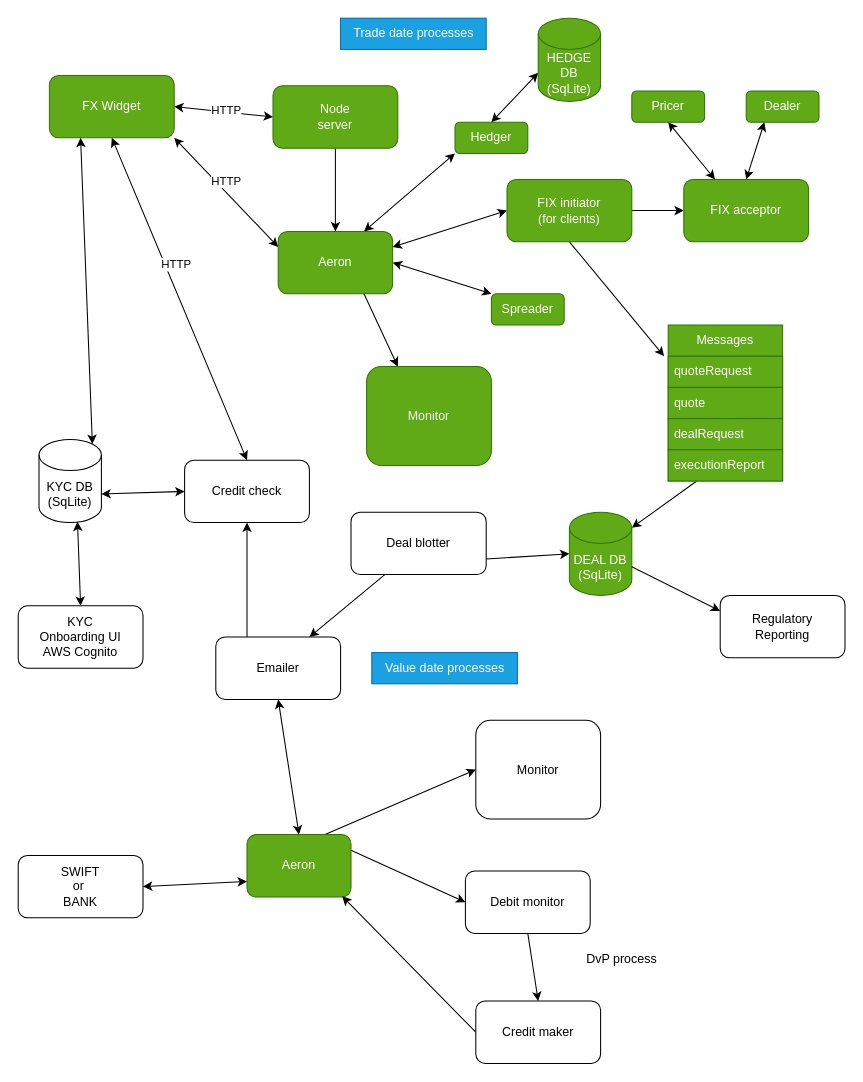
The draw.io diagram arch.drawio in rupweb/ws-front-end, before the edit. Source tidied: cells renumbered, new cells numbered last; positions are measured from the earlier drawing's top-left corner, leaving out a move shared by most shapes. Both pictures are drawn from the tidied source at 104%, with x=0, y=0 at pixel (18, 18).
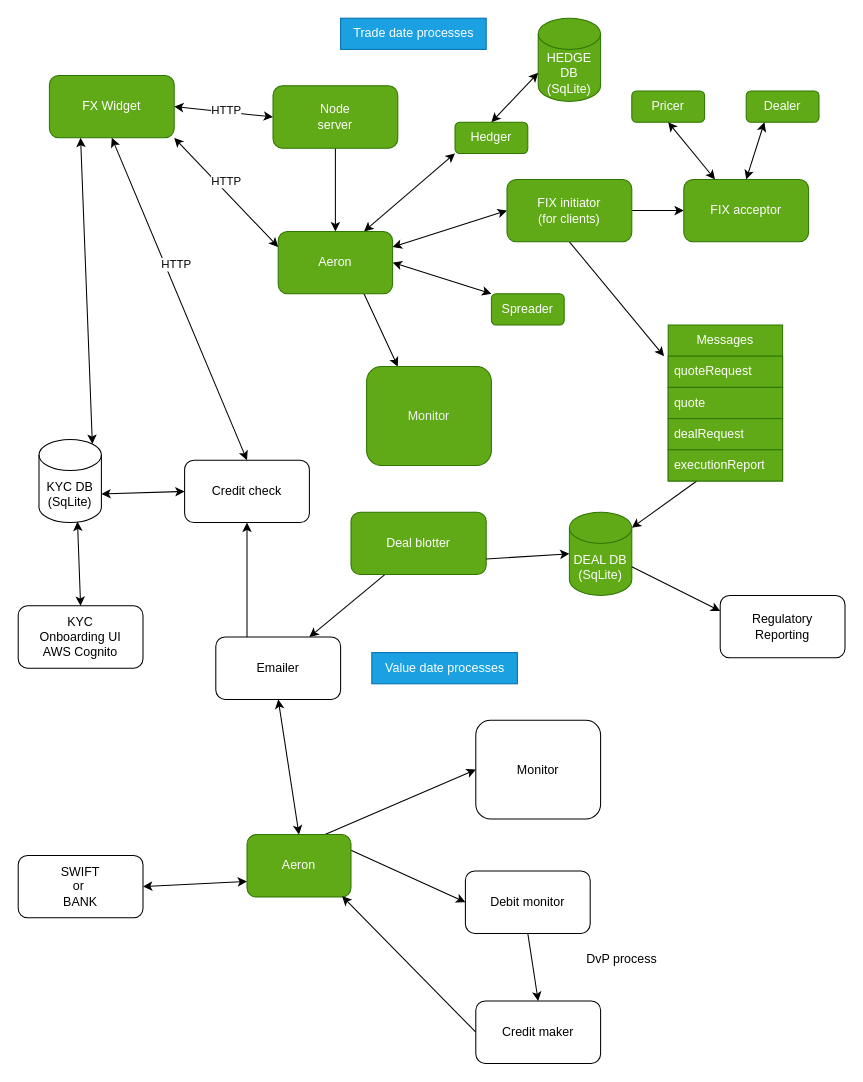
The same diagram, later.

The edit, as a diff of the source:
```diff
@@
-    <mxCell id="29" value="Deal blotter" style="rounded=1;whiteSpace=wrap;html=1;" parent="1" vertex="1">
+    <mxCell id="29" value="Deal blotter" style="rounded=1;whiteSpace=wrap;html=1;fillColor=#60a917;fontColor=#ffffff;strokeColor=#2D7600;" parent="1" vertex="1">
       <mxGeometry x="320" y="475" width="130" height="60" as="geometry" />
     </mxCell>
```
